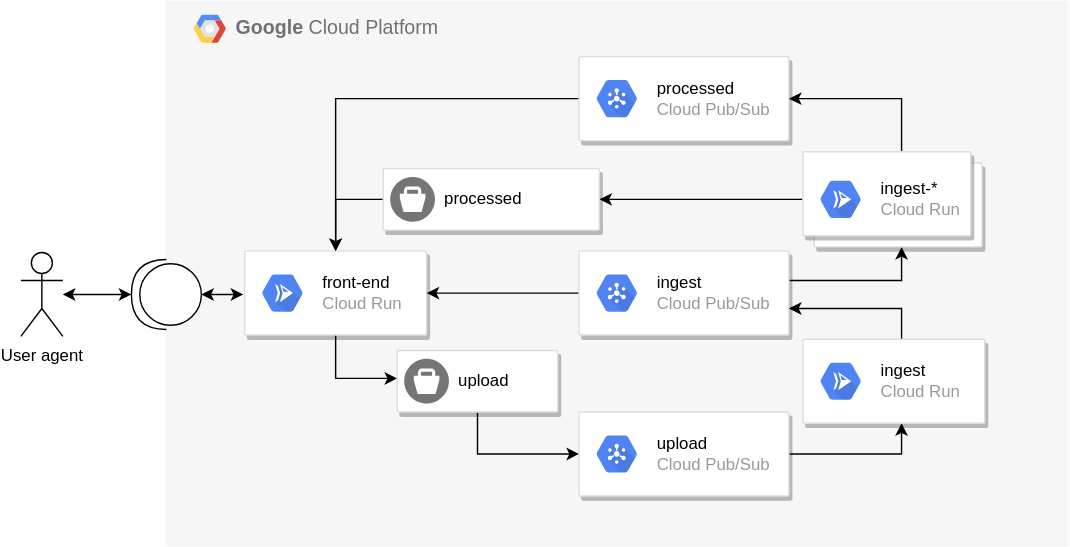
This is docs/demo_architecture.svg from andrejusk/serverless-storage-demo, a draw.io export, as it was before one commit. Source tidied: cells renumbered, new cells last; positions are measured from the earlier drawing's top-left corner, leaving out a move shared by most shapes.
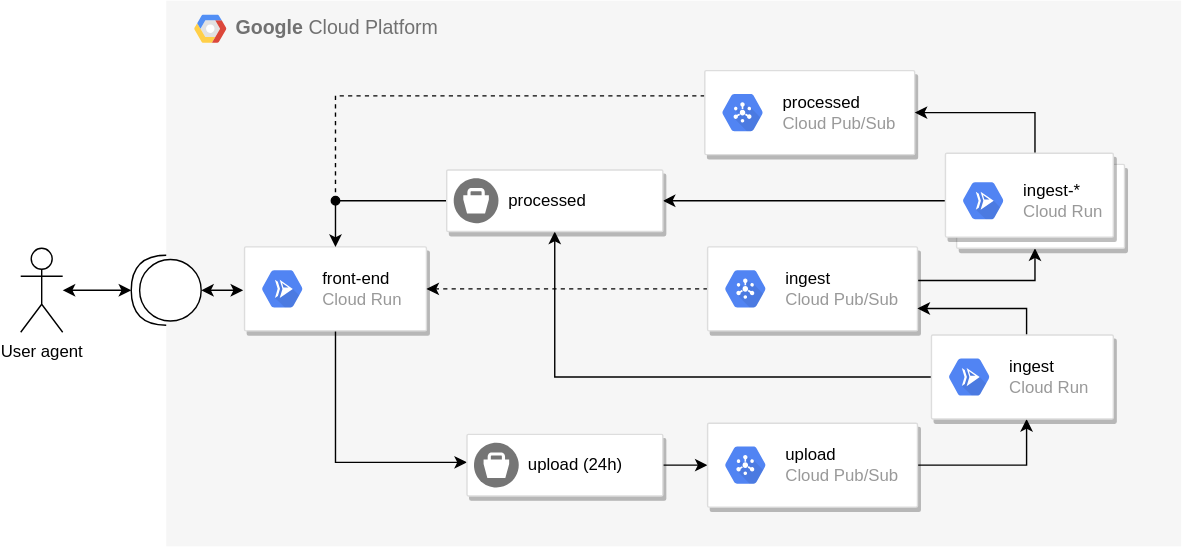
After the commit.

The edit, as a diff of the source:
```diff
@@ -2,32 +2,40 @@
   <root>
     <mxCell id="0" />
     <mxCell id="1" parent="0" />
+    <mxCell id="34" style="group;" parent="1" vertex="1">
+      <mxGeometry x="104" y="-10" width="725.5" height="390" as="geometry" />
+    </mxCell>
-    <mxCell id="2" value="&lt;b&gt;Google &lt;/b&gt;Cloud Platform" style="fillColor=#F6F6F6;strokeColor=none;shadow=0;gradientColor=none;fontSize=14;align=left;spacing=10;fontColor=#717171;9E9E9E;verticalAlign=top;spacingTop=-4;fontStyle=0;spacingLeft=40;html=1;flipH=0;" parent="1" vertex="1">
-      <mxGeometry x="103.5" width="645.5" height="390" as="geometry" />
+    <mxCell id="2" value="&lt;b&gt;Google &lt;/b&gt;Cloud Platform" style="fillColor=#F6F6F6;strokeColor=none;shadow=0;gradientColor=none;fontSize=14;align=left;spacing=10;fontColor=#717171;9E9E9E;verticalAlign=top;spacingTop=-4;fontStyle=0;spacingLeft=40;html=1;flipH=0;" parent="34" vertex="1">
+      <mxGeometry width="725.5" height="390" as="geometry" />
     </mxCell>
+    <mxCell id="13" style="shape=mxgraph.gcp2.google_cloud_platform;fillColor=#F6F6F6;strokeColor=none;shadow=0;gradientColor=none;fontColor=#000000;" parent="34" vertex="1">
+      <mxGeometry x="20" y="10" width="23" height="20" as="geometry">
+        <mxPoint x="20" y="10" as="offset" />
+      </mxGeometry>
+    </mxCell>
     <mxCell id="3" style="edgeStyle=orthogonalEdgeStyle;rounded=0;jettySize=auto;html=1;startArrow=classic;startFill=1;" parent="1" edge="1" source="4" target="6">
       <mxGeometry relative="1" as="geometry" />
     </mxCell>
     <mxCell id="4" value="User agent" style="shape=umlActor;verticalLabelPosition=bottom;verticalAlign=top;html=1;outlineConnect=0;" parent="1" vertex="1">
-      <mxGeometry y="180" width="30" height="60" as="geometry" />
+      <mxGeometry y="167" width="30" height="60" as="geometry" />
     </mxCell>
     <mxCell id="5" style="edgeStyle=orthogonalEdgeStyle;rounded=0;jettySize=auto;html=1;startArrow=classic;startFill=1;" parent="1" edge="1" source="6">
       <mxGeometry relative="1" as="geometry">
-        <mxPoint x="159" y="210" as="targetPoint" />
+        <mxPoint x="159" y="197" as="targetPoint" />
       </mxGeometry>
     </mxCell>
     <mxCell id="6" style="shape=providedRequiredInterface;html=1;verticalLabelPosition=bottom;sketch=0;rotation=-180;" parent="1" vertex="1">
-      <mxGeometry x="79" y="185" width="50" height="50" as="geometry" />
+      <mxGeometry x="79" y="172" width="50" height="50" as="geometry" />
     </mxCell>
     <mxCell id="7" style="edgeStyle=orthogonalEdgeStyle;rounded=0;jettySize=auto;html=1;fontColor=#000000;startArrow=none;startFill=0;" parent="1" edge="1" source="8" target="15">
       <mxGeometry relative="1" as="geometry">
         <Array as="points">
-          <mxPoint x="225" y="270" />
+          <mxPoint x="225" y="320" />
         </Array>
       </mxGeometry>
     </mxCell>
     <mxCell id="8" style="strokeColor=#dddddd;shadow=1;strokeWidth=1;rounded=1;absoluteArcSize=1;arcSize=2;" parent="1" vertex="1">
-      <mxGeometry x="160" y="179" width="130" height="60" as="geometry" />
+      <mxGeometry x="160" y="166" width="130" height="60" as="geometry" />
     </mxCell>
     <mxCell id="9" value="&lt;font color=&quot;#000000&quot;&gt;front-end&lt;/font&gt;&lt;br&gt;Cloud Run" style="sketch=0;dashed=0;html=1;fillColor=#5184F3;strokeColor=none;shape=mxgraph.gcp2.hexIcon;prIcon=cloud_run;labelPosition=right;verticalLabelPosition=middle;align=left;verticalAlign=middle;spacingLeft=5;fontColor=#999999;fontSize=12;" parent="8" vertex="1">
       <mxGeometry y="0.5" width="44" height="39" relative="1" as="geometry">
@@ -37,101 +45,100 @@
     <mxCell id="10" style="edgeStyle=orthogonalEdgeStyle;rounded=0;jettySize=auto;html=1;fontColor=#000000;startArrow=none;startFill=0;" parent="1" edge="1" source="32" target="8">
       <mxGeometry relative="1" as="geometry">
         <Array as="points">
-          <mxPoint x="225" y="142" />
+          <mxPoint x="225" y="133" />
         </Array>
       </mxGeometry>
     </mxCell>
-    <mxCell id="11" style="edgeStyle=orthogonalEdgeStyle;rounded=0;jettySize=auto;html=1;fontColor=#000000;startArrow=none;startFill=0;" parent="1" edge="1" source="17" target="8">
-      <mxGeometry relative="1" as="geometry" />
+    <mxCell id="11" style="edgeStyle=orthogonalEdgeStyle;rounded=0;jettySize=auto;html=1;fontColor=#000000;startArrow=none;startFill=0;endArrow=oval;endFill=1;dashed=1;" parent="1" edge="1" source="17">
+      <mxGeometry relative="1" as="geometry">
+        <mxPoint x="225" y="133" as="targetPoint" />
+        <Array as="points">
+          <mxPoint x="225" y="58" />
+        </Array>
+      </mxGeometry>
     </mxCell>
-    <mxCell id="12" style="edgeStyle=orthogonalEdgeStyle;rounded=0;jettySize=auto;html=1;fontColor=#000000;startArrow=none;startFill=0;" parent="1" edge="1" source="20" target="8">
-      <mxGeometry relative="1" as="geometry" />
-    </mxCell>
-    <mxCell id="13" style="shape=mxgraph.gcp2.google_cloud_platform;fillColor=#F6F6F6;strokeColor=none;shadow=0;gradientColor=none;fontColor=#000000;" parent="1" vertex="1">
-      <mxGeometry x="123.5" y="10" width="23" height="20" as="geometry">
-        <mxPoint x="20" y="10" as="offset" />
-      </mxGeometry>
-    </mxCell>
-    <mxCell id="14" style="edgeStyle=orthogonalEdgeStyle;rounded=0;jettySize=auto;html=1;fontColor=#000000;startArrow=none;startFill=0;" parent="1" edge="1" source="15" target="23">
-      <mxGeometry relative="1" as="geometry">
-        <Array as="points">
-          <mxPoint x="326.5" y="324" />
-        </Array>
-      </mxGeometry>
+    <mxCell id="14" style="edgeStyle=orthogonalEdgeStyle;rounded=0;jettySize=auto;html=1;endArrow=classic;endFill=1;" parent="1" edge="1" source="15" target="23">
+      <mxGeometry relative="1" as="geometry" />
     </mxCell>
     <mxCell id="15" style="strokeColor=#dddddd;shadow=1;strokeWidth=1;rounded=1;absoluteArcSize=1;arcSize=2;" parent="1" vertex="1">
-      <mxGeometry x="269" y="250" width="114.8" height="44" as="geometry" />
+      <mxGeometry x="319" y="300" width="140" height="44" as="geometry" />
     </mxCell>
-    <mxCell id="16" value="upload" style="sketch=0;dashed=0;html=1;fillColor=#757575;strokeColor=none;shape=mxgraph.gcp2.bucket;labelPosition=right;verticalLabelPosition=middle;align=left;verticalAlign=middle;spacingLeft=5;fontSize=12;" parent="15" vertex="1">
+    <mxCell id="16" value="upload (24h)" style="sketch=0;dashed=0;html=1;fillColor=#757575;strokeColor=none;shape=mxgraph.gcp2.bucket;labelPosition=right;verticalLabelPosition=middle;align=left;verticalAlign=middle;spacingLeft=5;fontSize=12;" parent="15" vertex="1">
       <mxGeometry y="0.5" width="32" height="32" relative="1" as="geometry">
         <mxPoint x="5" y="-16" as="offset" />
       </mxGeometry>
     </mxCell>
     <mxCell id="17" style="strokeColor=#dddddd;shadow=1;strokeWidth=1;rounded=1;absoluteArcSize=1;arcSize=2;" parent="1" vertex="1">
-      <mxGeometry x="399" y="40" width="150" height="60" as="geometry" />
+      <mxGeometry x="489" y="40" width="150" height="60" as="geometry" />
     </mxCell>
     <mxCell id="18" value="&lt;font color=&quot;#000000&quot;&gt;processed&lt;/font&gt;&lt;br&gt;Cloud Pub/Sub" style="sketch=0;dashed=0;html=1;fillColor=#5184F3;strokeColor=none;shape=mxgraph.gcp2.hexIcon;prIcon=cloud_pubsub;labelPosition=right;verticalLabelPosition=middle;align=left;verticalAlign=middle;spacingLeft=5;fontColor=#999999;fontSize=12;" parent="17" vertex="1">
       <mxGeometry y="0.5" width="44" height="39" relative="1" as="geometry">
         <mxPoint x="5" y="-19.5" as="offset" />
       </mxGeometry>
     </mxCell>
-    <mxCell id="19" style="edgeStyle=orthogonalEdgeStyle;rounded=0;jettySize=auto;html=1;fontColor=#000000;startArrow=none;startFill=0;" parent="1" edge="1" source="20" target="30">
+    <mxCell id="19" style="edgeStyle=orthogonalEdgeStyle;rounded=0;jettySize=auto;html=1;endArrow=classic;endFill=1;" parent="1" edge="1" source="20" target="30">
       <mxGeometry relative="1" as="geometry">
         <Array as="points">
-          <mxPoint x="629.5" y="200" />
+          <mxPoint x="725" y="190" />
         </Array>
       </mxGeometry>
     </mxCell>
+    <mxCell id="12" style="edgeStyle=orthogonalEdgeStyle;rounded=0;jettySize=auto;html=1;endArrow=classic;endFill=1;dashed=1;" parent="1" edge="1" source="20" target="8">
+      <mxGeometry relative="1" as="geometry" />
+    </mxCell>
     <mxCell id="20" style="strokeColor=#dddddd;shadow=1;strokeWidth=1;rounded=1;absoluteArcSize=1;arcSize=2;" parent="1" vertex="1">
-      <mxGeometry x="399" y="179" width="150" height="60" as="geometry" />
+      <mxGeometry x="491" y="166" width="150" height="60" as="geometry" />
     </mxCell>
     <mxCell id="21" value="&lt;font color=&quot;#000000&quot;&gt;ingest&lt;/font&gt;&lt;br&gt;Cloud Pub/Sub" style="sketch=0;dashed=0;html=1;fillColor=#5184F3;strokeColor=none;shape=mxgraph.gcp2.hexIcon;prIcon=cloud_pubsub;labelPosition=right;verticalLabelPosition=middle;align=left;verticalAlign=middle;spacingLeft=5;fontColor=#999999;fontSize=12;" parent="20" vertex="1">
       <mxGeometry y="0.5" width="44" height="39" relative="1" as="geometry">
         <mxPoint x="5" y="-19.5" as="offset" />
       </mxGeometry>
     </mxCell>
-    <mxCell id="22" style="edgeStyle=orthogonalEdgeStyle;rounded=0;jettySize=auto;html=1;fontColor=#000000;startArrow=none;startFill=0;" parent="1" edge="1" source="23" target="26">
+    <mxCell id="22" style="edgeStyle=orthogonalEdgeStyle;rounded=0;jettySize=auto;html=1;fontColor=#000000;startArrow=none;startFill=0;exitX=1;exitY=0.5;exitDx=0;exitDy=0;" parent="1" edge="1" source="23" target="26">
       <mxGeometry relative="1" as="geometry">
         <Array as="points">
-          <mxPoint x="629.5" y="324" />
+          <mxPoint x="719" y="322" />
         </Array>
       </mxGeometry>
     </mxCell>
     <mxCell id="23" style="strokeColor=#dddddd;shadow=1;strokeWidth=1;rounded=1;absoluteArcSize=1;arcSize=2;" parent="1" vertex="1">
-      <mxGeometry x="399" y="294" width="150" height="60" as="geometry" />
+      <mxGeometry x="491" y="292" width="150" height="60" as="geometry" />
     </mxCell>
     <mxCell id="24" value="&lt;font color=&quot;#000000&quot;&gt;upload&lt;/font&gt;&lt;br&gt;Cloud Pub/Sub" style="sketch=0;dashed=0;html=1;fillColor=#5184F3;strokeColor=none;shape=mxgraph.gcp2.hexIcon;prIcon=cloud_pubsub;labelPosition=right;verticalLabelPosition=middle;align=left;verticalAlign=middle;spacingLeft=5;fontColor=#999999;fontSize=12;" parent="23" vertex="1">
       <mxGeometry y="0.5" width="44" height="39" relative="1" as="geometry">
         <mxPoint x="5" y="-19.5" as="offset" />
       </mxGeometry>
     </mxCell>
-    <mxCell id="25" style="edgeStyle=orthogonalEdgeStyle;rounded=0;jettySize=auto;html=1;fontColor=#000000;startArrow=none;startFill=0;" parent="1" edge="1" source="26" target="20">
+    <mxCell id="25" style="edgeStyle=orthogonalEdgeStyle;rounded=0;jettySize=auto;html=1;endArrow=classic;endFill=1;" parent="1" edge="1" source="26" target="20">
       <mxGeometry relative="1" as="geometry">
         <Array as="points">
-          <mxPoint x="629.5" y="220" />
+          <mxPoint x="719" y="210" />
         </Array>
       </mxGeometry>
     </mxCell>
+    <mxCell id="35" style="edgeStyle=orthogonalEdgeStyle;rounded=0;jettySize=auto;html=1;endArrow=classic;endFill=1;" parent="1" edge="1" source="26" target="32">
+      <mxGeometry relative="1" as="geometry" />
+    </mxCell>
     <mxCell id="26" style="strokeColor=#dddddd;shadow=1;strokeWidth=1;rounded=1;absoluteArcSize=1;arcSize=2;" parent="1" vertex="1">
-      <mxGeometry x="559" y="242" width="130" height="60" as="geometry" />
+      <mxGeometry x="651" y="229" width="130" height="60" as="geometry" />
     </mxCell>
     <mxCell id="27" value="&lt;font color=&quot;#000000&quot;&gt;ingest&lt;/font&gt;&lt;br&gt;Cloud Run" style="sketch=0;dashed=0;html=1;fillColor=#5184F3;strokeColor=none;shape=mxgraph.gcp2.hexIcon;prIcon=cloud_run;labelPosition=right;verticalLabelPosition=middle;align=left;verticalAlign=middle;spacingLeft=5;fontColor=#999999;fontSize=12;" parent="26" vertex="1">
       <mxGeometry y="0.5" width="44" height="39" relative="1" as="geometry">
         <mxPoint x="5" y="-19.5" as="offset" />
       </mxGeometry>
     </mxCell>
-    <mxCell id="28" style="edgeStyle=orthogonalEdgeStyle;rounded=0;jettySize=auto;html=1;fontColor=#000000;startArrow=none;startFill=0;" parent="1" edge="1" source="30" target="32">
+    <mxCell id="28" style="edgeStyle=orthogonalEdgeStyle;rounded=0;jettySize=auto;html=1;endArrow=classic;endFill=1;" parent="1" edge="1" source="30" target="32">
       <mxGeometry relative="1" as="geometry" />
     </mxCell>
-    <mxCell id="29" style="edgeStyle=orthogonalEdgeStyle;rounded=0;jettySize=auto;html=1;fontColor=#000000;startArrow=none;startFill=0;" parent="1" edge="1" source="30" target="17">
+    <mxCell id="29" style="edgeStyle=orthogonalEdgeStyle;rounded=0;jettySize=auto;html=1;endArrow=classic;endFill=1;" parent="1" edge="1" source="30" target="17">
       <mxGeometry relative="1" as="geometry">
         <Array as="points">
-          <mxPoint x="629.5" y="70" />
+          <mxPoint x="725" y="70" />
         </Array>
       </mxGeometry>
     </mxCell>
     <mxCell id="30" style="shape=mxgraph.gcp2.doubleRect;strokeColor=#dddddd;shadow=1;strokeWidth=1;" parent="1" vertex="1">
-      <mxGeometry x="559" y="108" width="128" height="68" as="geometry" />
+      <mxGeometry x="661" y="99" width="128" height="68" as="geometry" />
     </mxCell>
     <mxCell id="31" value="&lt;font color=&quot;#000000&quot;&gt;ingest-*&lt;/font&gt;&lt;br&gt;Cloud Run" style="sketch=0;dashed=0;html=1;fillColor=#5184F3;strokeColor=none;shape=mxgraph.gcp2.hexIcon;prIcon=cloud_run;labelPosition=right;verticalLabelPosition=middle;align=left;verticalAlign=middle;spacingLeft=5;fontColor=#999999;fontSize=12;" parent="30" vertex="1">
       <mxGeometry y="0.5" width="44" height="39" relative="1" as="geometry">
@@ -139,7 +146,7 @@
       </mxGeometry>
     </mxCell>
     <mxCell id="32" style="strokeColor=#dddddd;shadow=1;strokeWidth=1;rounded=1;absoluteArcSize=1;arcSize=2;" parent="1" vertex="1">
-      <mxGeometry x="259" y="120" width="154.5" height="44" as="geometry" />
+      <mxGeometry x="304.5" y="111" width="154.5" height="44" as="geometry" />
     </mxCell>
     <mxCell id="33" value="processed" style="sketch=0;dashed=0;html=1;fillColor=#757575;strokeColor=none;shape=mxgraph.gcp2.bucket;labelPosition=right;verticalLabelPosition=middle;align=left;verticalAlign=middle;spacingLeft=5;fontSize=12;" parent="32" vertex="1">
       <mxGeometry y="0.5" width="32" height="32" relative="1" as="geometry">
```
